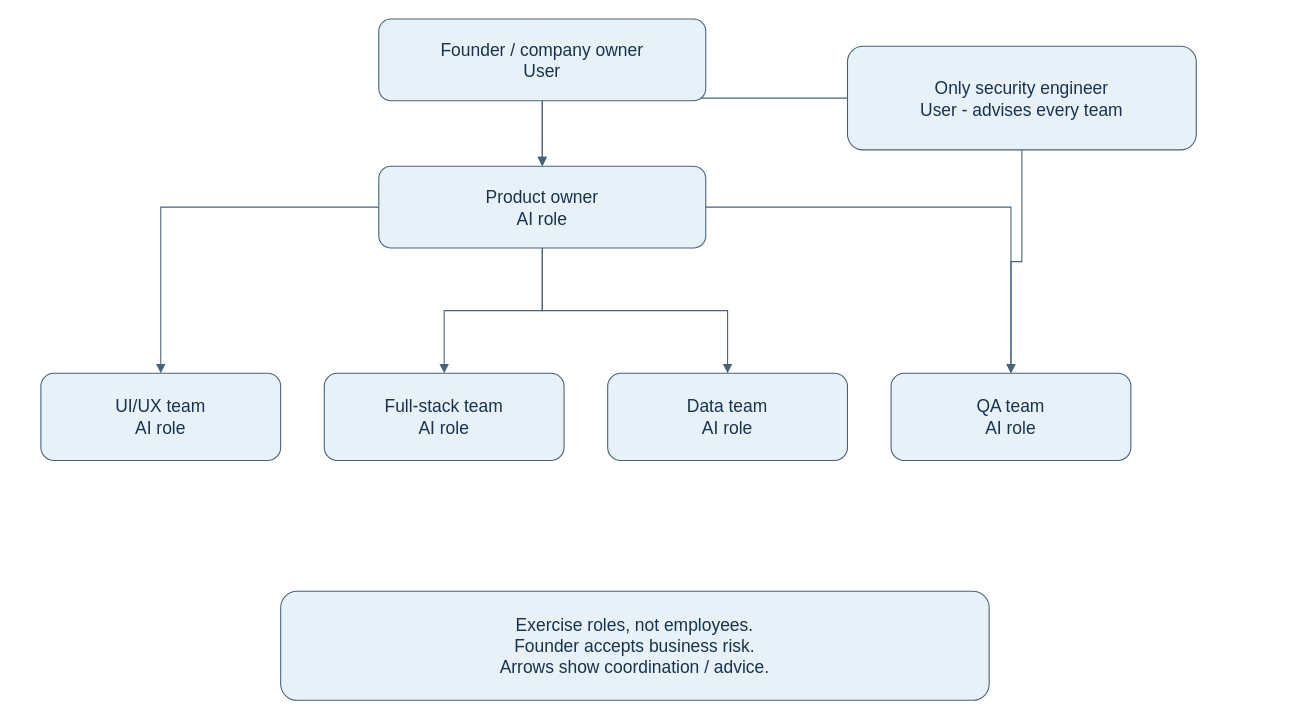
Before: docs/org-chart.drawio in ApacheSBC/CitadelOperations42, a draw.io diagram. Source tidied: cells renumbered, new cells numbered last; positions are measured from the earlier drawing's top-left corner, leaving out a move shared by most shapes. Both pictures are drawn from the tidied source at 109%, with x=0, y=0 at pixel (40, 19).
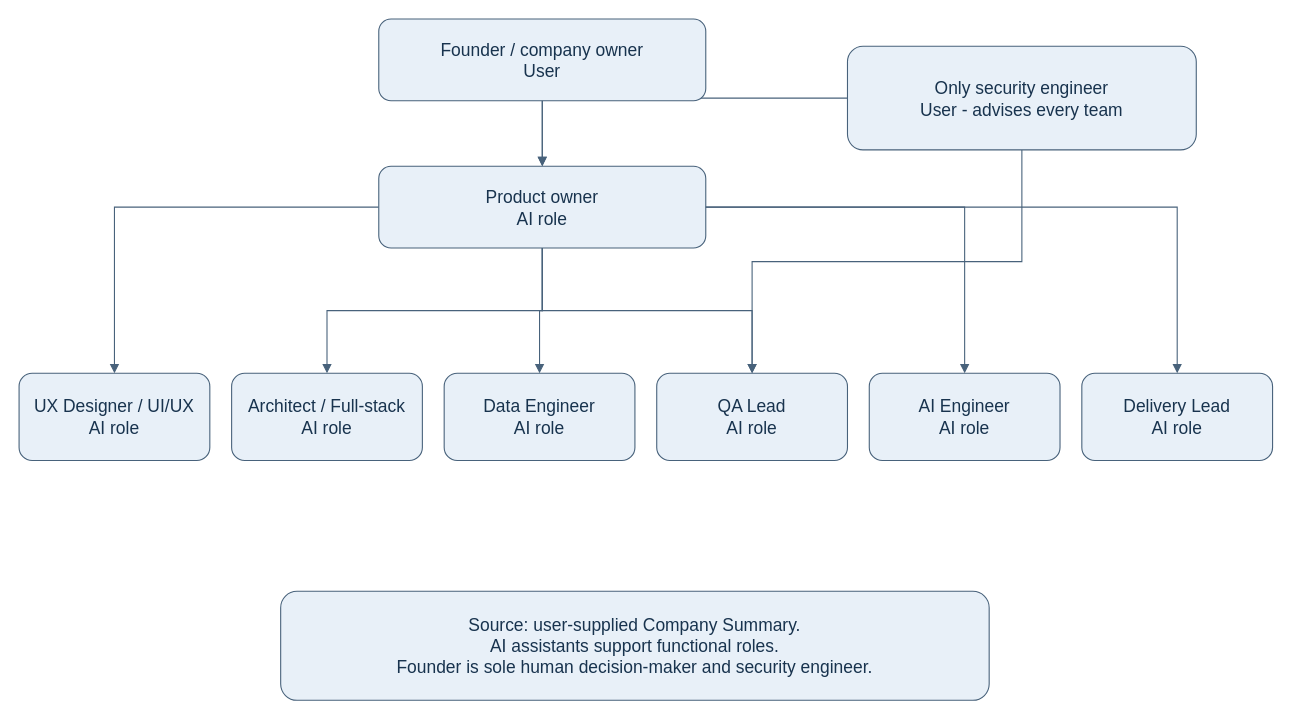
Above is the later version.

Commit message:
KAN-8 reconcile Company Summary

Unchanged cells that the change refers to:
```xml
<mxCell id="10" value="Product owner&#10;AI role" style="rounded=1;whiteSpace=wrap;html=0;fillColor=#e8f0f8;strokeColor=#48627b;fontColor=#18334e;fontSize=16;" parent="1" vertex="1">
  <mxGeometry x="310" y="135" width="300" height="75" as="geometry" />
</mxCell>
```

What changed in the source:
```diff
@@
-    <mxCell id="11" value="UI/UX team&#10;AI role" style="rounded=1;whiteSpace=wrap;html=0;fillColor=#e8f0f8;strokeColor=#48627b;fontColor=#18334e;fontSize=16;" parent="1" vertex="1">
-      <mxGeometry y="325" width="220" height="80" as="geometry" />
+    <mxCell id="11" value="UX Designer / UI/UX&#10;AI role" style="rounded=1;whiteSpace=wrap;html=0;fillColor=#e8f0f8;strokeColor=#48627b;fontColor=#18334e;fontSize=16;" parent="1" vertex="1">
+      <mxGeometry x="-20" y="325" width="175" height="80" as="geometry" />
     </mxCell>
-    <mxCell id="12" value="Full-stack team&#10;AI role" style="rounded=1;whiteSpace=wrap;html=0;fillColor=#e8f0f8;strokeColor=#48627b;fontColor=#18334e;fontSize=16;" parent="1" vertex="1">
-      <mxGeometry x="260" y="325" width="220" height="80" as="geometry" />
+    <mxCell id="12" value="Architect / Full-stack&#10;AI role" style="rounded=1;whiteSpace=wrap;html=0;fillColor=#e8f0f8;strokeColor=#48627b;fontColor=#18334e;fontSize=16;" parent="1" vertex="1">
+      <mxGeometry x="175" y="325" width="175" height="80" as="geometry" />
     </mxCell>
-    <mxCell id="13" value="Data team&#10;AI role" style="rounded=1;whiteSpace=wrap;html=0;fillColor=#e8f0f8;strokeColor=#48627b;fontColor=#18334e;fontSize=16;" parent="1" vertex="1">
-      <mxGeometry x="520" y="325" width="220" height="80" as="geometry" />
+    <mxCell id="13" value="Data Engineer&#10;AI role" style="rounded=1;whiteSpace=wrap;html=0;fillColor=#e8f0f8;strokeColor=#48627b;fontColor=#18334e;fontSize=16;" parent="1" vertex="1">
+      <mxGeometry x="370" y="325" width="175" height="80" as="geometry" />
     </mxCell>
-    <mxCell id="14" value="QA team&#10;AI role" style="rounded=1;whiteSpace=wrap;html=0;fillColor=#e8f0f8;strokeColor=#48627b;fontColor=#18334e;fontSize=16;" parent="1" vertex="1">
-      <mxGeometry x="780" y="325" width="220" height="80" as="geometry" />
+    <mxCell id="14" value="QA Lead&#10;AI role" style="rounded=1;whiteSpace=wrap;html=0;fillColor=#e8f0f8;strokeColor=#48627b;fontColor=#18334e;fontSize=16;" parent="1" vertex="1">
+      <mxGeometry x="565" y="325" width="175" height="80" as="geometry" />
     </mxCell>
@@
-    <mxCell id="16" value="Exercise roles, not employees.&#10;Founder accepts business risk.&#10;Arrows show coordination / advice." style="rounded=1;whiteSpace=wrap;html=0;fillColor=#e8f0f8;strokeColor=#48627b;fontColor=#18334e;fontSize=16;" parent="1" vertex="1">
+    <mxCell id="16" value="Source: user-supplied Company Summary.&#10;AI assistants support functional roles.&#10;Founder is sole human decision-maker and security engineer." style="rounded=1;whiteSpace=wrap;html=0;fillColor=#e8f0f8;strokeColor=#48627b;fontColor=#18334e;fontSize=16;" parent="1" vertex="1">
       <mxGeometry x="220" y="525" width="650" height="100" as="geometry" />
     </mxCell>
+    <mxCell id="17" value="AI Engineer&#10;AI role" style="rounded=1;whiteSpace=wrap;html=0;fillColor=#e8f0f8;strokeColor=#48627b;fontColor=#18334e;fontSize=16;" parent="1" vertex="1">
+      <mxGeometry x="760" y="325" width="175" height="80" as="geometry" />
+    </mxCell>
+    <mxCell id="18" style="edgeStyle=orthogonalEdgeStyle;rounded=0;html=0;endArrow=block;strokeColor=#48627b;" parent="1" edge="1" source="10" target="17">
+      <mxGeometry relative="1" as="geometry" />
+    </mxCell>
+    <mxCell id="19" value="Delivery Lead&#10;AI role" style="rounded=1;whiteSpace=wrap;html=0;fillColor=#e8f0f8;strokeColor=#48627b;fontColor=#18334e;fontSize=16;" parent="1" vertex="1">
+      <mxGeometry x="955" y="325" width="175" height="80" as="geometry" />
+    </mxCell>
+    <mxCell id="20" style="edgeStyle=orthogonalEdgeStyle;rounded=0;html=0;endArrow=block;strokeColor=#48627b;" parent="1" edge="1" source="10" target="19">
+      <mxGeometry relative="1" as="geometry" />
+    </mxCell>
```
